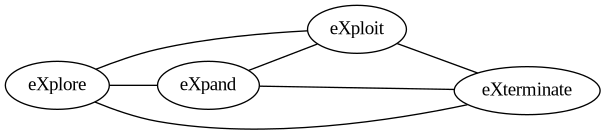
Before: content/game_loop/4x_game.dot.png, a diagram exported from Graphviz (Bytekeeper/Bytekeeper.github.io). Its source is kept beside it as content/game_loop/4x_game.dot.
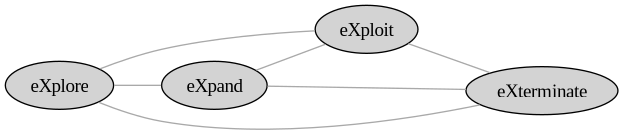
After the commit.

What changed in the source:
```diff
@@ -1,6 +1,9 @@
 digraph G {
+	graph [bgcolor="transparent"]
+	node [style="filled", color="black", fillcolor="lightgray", fontcolor="black"]
+	edge [color="darkgray", dir=none]
+
 	rankdir=LR;
-	edge [dir=none];
 	eXplore [pos = "0,0!"];
 	eXplore -> eXpand;
 	eXpand -> eXploit;
```
